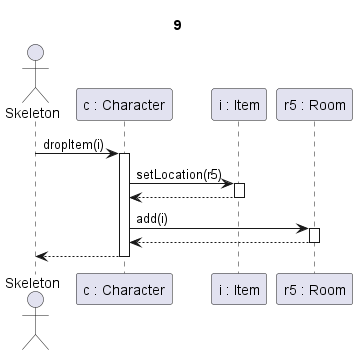
Earlier version of the PlantUML export partII_sequence diagrams/out/9/Tárgyeldobás.png (kipolaris/skyrimscriptsuttogok). Source of this version:
```plantuml
@startuml Tárgyeldobás

Title 9

actor "Skeleton" as u
participant "c : Character" as char
participant "i : Item" as t
participant "r5 : Room" as sz

u->char ++: dropItem(i)

char->t ++: setLocation(r5)
return

char->sz ++: add(i)
return

char-->u --:

@enduml
```
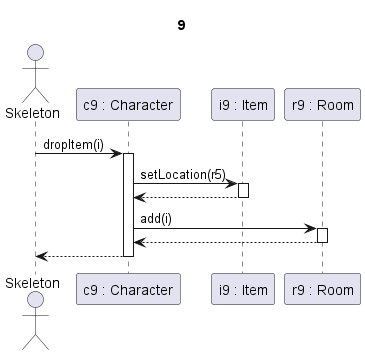
After the change.

Diff of the diagram source:
```diff
@@ -3,9 +3,9 @@
 Title 9
 
 actor "Skeleton" as u
-participant "c : Character" as char
-participant "i : Item" as t
-participant "r5 : Room" as sz
+participant "c9 : Character" as char
+participant "i9 : Item" as t
+participant "r9 : Room" as sz
 
 u->char ++: dropItem(i)
 
```
